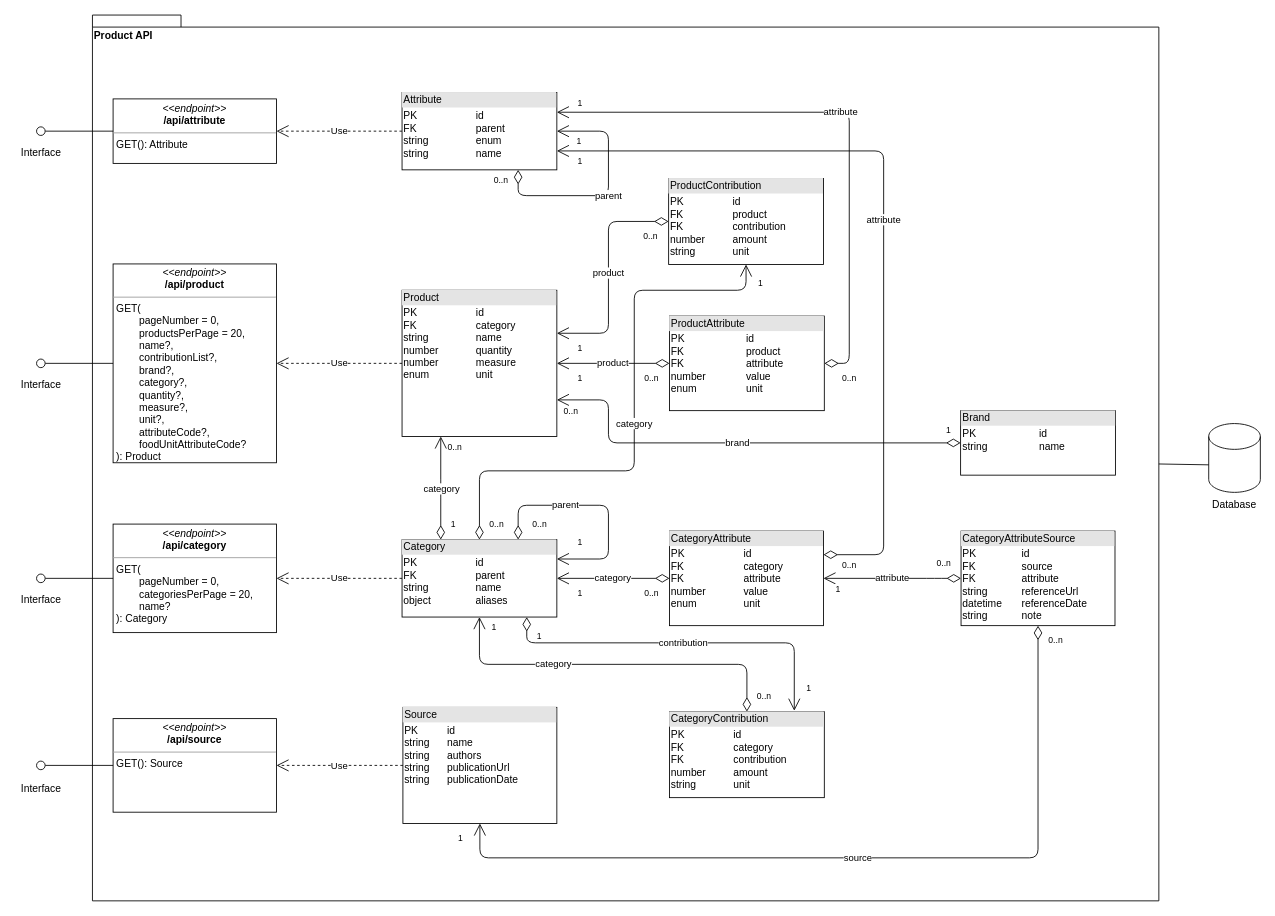
Above: doc/bk_product_api_data_model.drawio in torava/pim-api (draw.io), before the change. Source tidied: cells renumbered, new cells numbered last; positions are measured from the earlier drawing's top-left corner, leaving out a move shared by most shapes. Both pictures are drawn from the tidied source at 86%, with x=0, y=0 at pixel (15, 15).
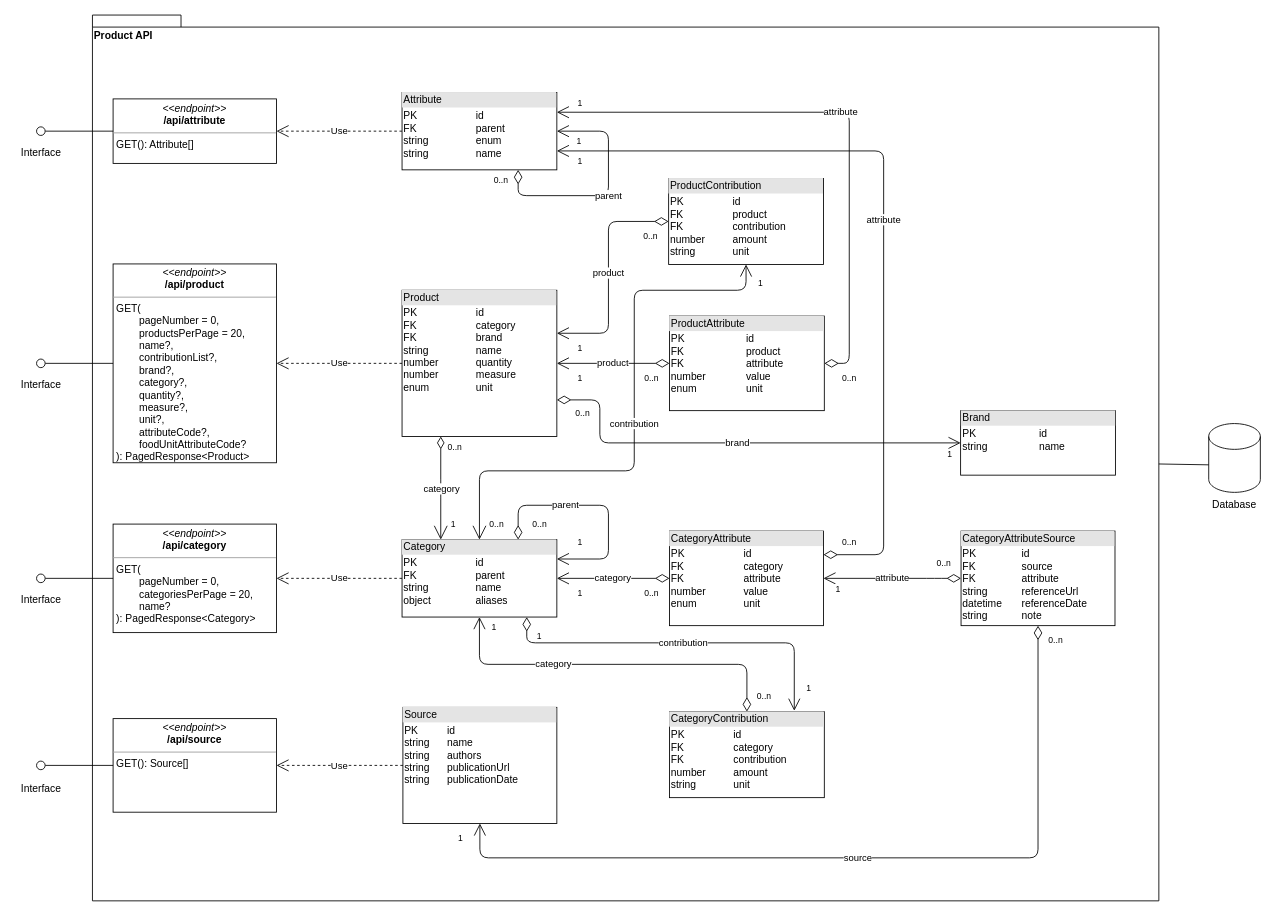
After the change.

Commit message (it also covers changes not shown here):
Fixed data model

Unchanged cells that the change refers to:
```xml
<mxCell id="15" value="&lt;div style=&quot;box-sizing: border-box ; width: 100% ; background: #e4e4e4 ; padding: 2px&quot;&gt;Category&lt;/div&gt;&lt;table style=&quot;width: 100% ; font-size: 1em&quot; cellpadding=&quot;2&quot; cellspacing=&quot;0&quot;&gt;&lt;tbody&gt;&lt;tr&gt;&lt;td&gt;PK&lt;br&gt;FK&lt;br&gt;string&lt;br&gt;object&lt;/td&gt;&lt;td&gt;id&lt;br&gt;parent&lt;br&gt;name&lt;br&gt;aliases&lt;/td&gt;&lt;/tr&gt;&lt;/tbody&gt;&lt;/table&gt;" style="verticalAlign=top;align=left;overflow=fill;html=1;" parent="1" vertex="1">
  <mxGeometry x="450" y="610" width="180" height="90" as="geometry" />
</mxCell>
<mxCell id="23" value="attribute" style="endArrow=open;html=1;endSize=12;startArrow=diamondThin;startSize=14;startFill=0;edgeStyle=orthogonalEdgeStyle;exitX=1;exitY=0.25;exitDx=0;exitDy=0;" parent="1" edge="1" source="19">
  <mxGeometry relative="1" as="geometry">
    <mxPoint x="630" y="158" as="targetPoint" />
    <Array as="points">
      <mxPoint x="1010" y="628" />
      <mxPoint x="1010" y="158" />
    </Array>
  </mxGeometry>
</mxCell>
<mxCell id="49" value="&lt;div style=&quot;box-sizing: border-box ; width: 100% ; background: #e4e4e4 ; padding: 2px&quot;&gt;ProductContribution&lt;/div&gt;&lt;table style=&quot;width: 100% ; font-size: 1em&quot; cellpadding=&quot;2&quot; cellspacing=&quot;0&quot;&gt;&lt;tbody&gt;&lt;tr&gt;&lt;td&gt;PK&lt;br&gt;FK&lt;br&gt;FK&lt;br&gt;number&lt;br&gt;string&lt;/td&gt;&lt;td&gt;id&lt;br&gt;product&lt;br&gt;contribution&lt;br&gt;amount&lt;br&gt;unit&lt;/td&gt;&lt;/tr&gt;&lt;/tbody&gt;&lt;/table&gt;" style="verticalAlign=top;align=left;overflow=fill;html=1;" parent="1" vertex="1">
  <mxGeometry x="760" y="190" width="180" height="100" as="geometry" />
</mxCell>
<mxCell id="74" value="&lt;div style=&quot;box-sizing: border-box ; width: 100% ; background: #e4e4e4 ; padding: 2px&quot;&gt;Brand&lt;/div&gt;&lt;table style=&quot;width: 100% ; font-size: 1em&quot; cellpadding=&quot;2&quot; cellspacing=&quot;0&quot;&gt;&lt;tbody&gt;&lt;tr&gt;&lt;td&gt;PK&lt;br&gt;string&lt;/td&gt;&lt;td&gt;id&lt;br&gt;name&lt;br&gt;&lt;/td&gt;&lt;/tr&gt;&lt;/tbody&gt;&lt;/table&gt;" style="verticalAlign=top;align=left;overflow=fill;html=1;" parent="1" vertex="1">
  <mxGeometry x="1099.5" y="460" width="180" height="75" as="geometry" />
</mxCell>
```

The edit, as a diff of the source:
```diff
@@
-    <mxCell id="3" value="&lt;div style=&quot;box-sizing: border-box ; width: 100% ; background: #e4e4e4 ; padding: 2px&quot;&gt;Product&lt;/div&gt;&lt;table style=&quot;width: 100% ; font-size: 1em&quot; cellpadding=&quot;2&quot; cellspacing=&quot;0&quot;&gt;&lt;tbody&gt;&lt;tr&gt;&lt;td&gt;PK&lt;br&gt;FK&lt;br&gt;string&lt;br&gt;number&lt;br&gt;number&lt;br&gt;enum&lt;/td&gt;&lt;td&gt;id&lt;br&gt;category&lt;br&gt;name&lt;br&gt;quantity&lt;br&gt;measure&lt;br&gt;unit&lt;br&gt;&lt;/td&gt;&lt;/tr&gt;&lt;/tbody&gt;&lt;/table&gt;" style="verticalAlign=top;align=left;overflow=fill;html=1;" parent="1" vertex="1">
+    <mxCell id="3" value="&lt;div style=&quot;box-sizing: border-box ; width: 100% ; background: #e4e4e4 ; padding: 2px&quot;&gt;Product&lt;/div&gt;&lt;table style=&quot;width: 100% ; font-size: 1em&quot; cellpadding=&quot;2&quot; cellspacing=&quot;0&quot;&gt;&lt;tbody&gt;&lt;tr&gt;&lt;td&gt;PK&lt;br&gt;FK&lt;br&gt;FK&lt;br&gt;string&lt;br&gt;number&lt;br&gt;number&lt;br&gt;enum&lt;/td&gt;&lt;td&gt;id&lt;br&gt;category&lt;br&gt;brand&lt;br&gt;name&lt;br&gt;quantity&lt;br&gt;measure&lt;br&gt;unit&lt;br&gt;&lt;/td&gt;&lt;/tr&gt;&lt;/tbody&gt;&lt;/table&gt;" style="verticalAlign=top;align=left;overflow=fill;html=1;" parent="1" vertex="1">
       <mxGeometry x="450" y="320" width="180" height="170" as="geometry" />
     </mxCell>
@@
-    <mxCell id="16" value="category" style="endArrow=open;html=1;endSize=12;startArrow=diamondThin;startSize=14;startFill=0;edgeStyle=orthogonalEdgeStyle;exitX=0.25;exitY=0;exitDx=0;exitDy=0;" parent="1" edge="1" source="15">
+    <mxCell id="16" value="category" style="endArrow=diamondThin;html=1;endSize=12;startArrow=open;startSize=14;startFill=0;edgeStyle=orthogonalEdgeStyle;exitX=0.25;exitY=0;exitDx=0;exitDy=0;endFill=0;" parent="1" edge="1" source="15">
       <mxGeometry relative="1" as="geometry">
         <mxPoint x="495" y="490" as="targetPoint" />
       </mxGeometry>
     </mxCell>
@@
     <mxCell id="24" value="0..n" style="html=1;align=left;verticalAlign=top;labelBackgroundColor=#ffffff;fontSize=10;" parent="23" vertex="1">
       <mxGeometry x="-1" relative="1" as="geometry">
-        <mxPoint x="20" as="offset" />
+        <mxPoint x="20" y="-27" as="offset" />
       </mxGeometry>
     </mxCell>
@@
-    <mxCell id="44" value="&lt;p style=&quot;margin: 0px ; margin-top: 4px ; text-align: center&quot;&gt;&lt;i&gt;&amp;lt;&amp;lt;endpoint&amp;gt;&amp;gt;&lt;/i&gt;&lt;br&gt;&lt;b&gt;/api/product&lt;/b&gt;&lt;/p&gt;&lt;hr size=&quot;1&quot;&gt;&lt;p style=&quot;margin: 0px ; margin-left: 4px&quot;&gt;GET(&lt;br&gt;&lt;/p&gt;&lt;p style=&quot;margin: 0px ; margin-left: 4px&quot;&gt;&lt;span style=&quot;white-space: pre&quot;&gt;&#9;&lt;/span&gt;pageNumber = 0,&lt;br&gt;&lt;/p&gt;&lt;p style=&quot;margin: 0px ; margin-left: 4px&quot;&gt;&lt;span style=&quot;white-space: pre&quot;&gt;&#9;&lt;/span&gt;productsPerPage = 20,&lt;br&gt;&lt;/p&gt;&lt;p style=&quot;margin: 0px ; margin-left: 4px&quot;&gt;&lt;span style=&quot;white-space: pre&quot;&gt;&#9;&lt;/span&gt;name?,&lt;br&gt;&lt;/p&gt;&lt;p style=&quot;margin: 0px ; margin-left: 4px&quot;&gt;&lt;span style=&quot;white-space: pre&quot;&gt;&#9;&lt;/span&gt;contributionList?,&lt;br&gt;&lt;/p&gt;&lt;p style=&quot;margin: 0px ; margin-left: 4px&quot;&gt;&lt;span style=&quot;white-space: pre&quot;&gt;&#9;&lt;/span&gt;brand?,&lt;br&gt;&lt;/p&gt;&lt;p style=&quot;margin: 0px ; margin-left: 4px&quot;&gt;&lt;span style=&quot;white-space: pre&quot;&gt;&#9;&lt;/span&gt;category?,&lt;br&gt;&lt;/p&gt;&lt;p style=&quot;margin: 0px ; margin-left: 4px&quot;&gt;&lt;span style=&quot;white-space: pre&quot;&gt;&#9;&lt;/span&gt;quantity?,&lt;br&gt;&lt;/p&gt;&lt;p style=&quot;margin: 0px ; margin-left: 4px&quot;&gt;&lt;span style=&quot;white-space: pre&quot;&gt;&#9;&lt;/span&gt;measure?,&lt;br&gt;&lt;/p&gt;&lt;p style=&quot;margin: 0px ; margin-left: 4px&quot;&gt;&lt;span style=&quot;white-space: pre&quot;&gt;&#9;&lt;/span&gt;unit?,&lt;/p&gt;&lt;p style=&quot;margin: 0px ; margin-left: 4px&quot;&gt;&lt;span style=&quot;white-space: pre&quot;&gt;&#9;&lt;/span&gt;attributeCode?,&lt;br&gt;&lt;/p&gt;&lt;p style=&quot;margin: 0px ; margin-left: 4px&quot;&gt;&lt;span style=&quot;white-space: pre&quot;&gt;&#9;&lt;/span&gt;foodUnitAttributeCode?&lt;br&gt;&lt;/p&gt;&lt;p style=&quot;margin: 0px ; margin-left: 4px&quot;&gt;): Product&lt;/p&gt;" style="verticalAlign=top;align=left;overflow=fill;fontSize=12;fontFamily=Helvetica;html=1;" parent="1" vertex="1">
+    <mxCell id="44" value="&lt;p style=&quot;margin: 0px ; margin-top: 4px ; text-align: center&quot;&gt;&lt;i&gt;&amp;lt;&amp;lt;endpoint&amp;gt;&amp;gt;&lt;/i&gt;&lt;br&gt;&lt;b&gt;/api/product&lt;/b&gt;&lt;/p&gt;&lt;hr size=&quot;1&quot;&gt;&lt;p style=&quot;margin: 0px ; margin-left: 4px&quot;&gt;GET(&lt;br&gt;&lt;/p&gt;&lt;p style=&quot;margin: 0px ; margin-left: 4px&quot;&gt;&lt;span style=&quot;white-space: pre&quot;&gt;&#9;&lt;/span&gt;pageNumber = 0,&lt;br&gt;&lt;/p&gt;&lt;p style=&quot;margin: 0px ; margin-left: 4px&quot;&gt;&lt;span style=&quot;white-space: pre&quot;&gt;&#9;&lt;/span&gt;productsPerPage = 20,&lt;br&gt;&lt;/p&gt;&lt;p style=&quot;margin: 0px ; margin-left: 4px&quot;&gt;&lt;span style=&quot;white-space: pre&quot;&gt;&#9;&lt;/span&gt;name?,&lt;br&gt;&lt;/p&gt;&lt;p style=&quot;margin: 0px ; margin-left: 4px&quot;&gt;&lt;span style=&quot;white-space: pre&quot;&gt;&#9;&lt;/span&gt;contributionList?,&lt;br&gt;&lt;/p&gt;&lt;p style=&quot;margin: 0px ; margin-left: 4px&quot;&gt;&lt;span style=&quot;white-space: pre&quot;&gt;&#9;&lt;/span&gt;brand?,&lt;br&gt;&lt;/p&gt;&lt;p style=&quot;margin: 0px ; margin-left: 4px&quot;&gt;&lt;span style=&quot;white-space: pre&quot;&gt;&#9;&lt;/span&gt;category?,&lt;br&gt;&lt;/p&gt;&lt;p style=&quot;margin: 0px ; margin-left: 4px&quot;&gt;&lt;span style=&quot;white-space: pre&quot;&gt;&#9;&lt;/span&gt;quantity?,&lt;br&gt;&lt;/p&gt;&lt;p style=&quot;margin: 0px ; margin-left: 4px&quot;&gt;&lt;span style=&quot;white-space: pre&quot;&gt;&#9;&lt;/span&gt;measure?,&lt;br&gt;&lt;/p&gt;&lt;p style=&quot;margin: 0px ; margin-left: 4px&quot;&gt;&lt;span style=&quot;white-space: pre&quot;&gt;&#9;&lt;/span&gt;unit?,&lt;/p&gt;&lt;p style=&quot;margin: 0px ; margin-left: 4px&quot;&gt;&lt;span style=&quot;white-space: pre&quot;&gt;&#9;&lt;/span&gt;attributeCode?,&lt;br&gt;&lt;/p&gt;&lt;p style=&quot;margin: 0px ; margin-left: 4px&quot;&gt;&lt;span style=&quot;white-space: pre&quot;&gt;&#9;&lt;/span&gt;foodUnitAttributeCode?&lt;br&gt;&lt;/p&gt;&lt;p style=&quot;margin: 0px ; margin-left: 4px&quot;&gt;): PagedResponse&amp;lt;Product&amp;gt;&lt;/p&gt;" style="verticalAlign=top;align=left;overflow=fill;fontSize=12;fontFamily=Helvetica;html=1;" parent="1" vertex="1">
       <mxGeometry x="114" y="289.4" width="190" height="231.2" as="geometry" />
     </mxCell>
@@
-    <mxCell id="53" value="category" style="endArrow=open;html=1;endSize=12;startArrow=diamondThin;startSize=14;startFill=0;edgeStyle=orthogonalEdgeStyle;exitX=0.5;exitY=0;exitDx=0;exitDy=0;entryX=0.5;entryY=1;entryDx=0;entryDy=0;" parent="1" edge="1" source="15" target="49">
+    <mxCell id="53" value="contribution" style="endArrow=open;html=1;endSize=12;startArrow=open;startSize=14;startFill=0;edgeStyle=orthogonalEdgeStyle;exitX=0.5;exitY=0;exitDx=0;exitDy=0;entryX=0.5;entryY=1;entryDx=0;entryDy=0;" parent="1" edge="1" source="15" target="49">
       <mxGeometry relative="1" as="geometry">
         <Array as="points">
           <mxPoint x="540" y="530" />
           <mxPoint x="720" y="530" />
           <mxPoint x="720" y="320" />
           <mxPoint x="850" y="320" />
         </Array>
       </mxGeometry>
     </mxCell>
@@
-    <mxCell id="56" value="&lt;p style=&quot;margin: 0px ; margin-top: 4px ; text-align: center&quot;&gt;&lt;i&gt;&amp;lt;&amp;lt;endpoint&amp;gt;&amp;gt;&lt;/i&gt;&lt;br&gt;&lt;b&gt;/api/attribute&lt;/b&gt;&lt;/p&gt;&lt;hr size=&quot;1&quot;&gt;&lt;p style=&quot;margin: 0px ; margin-left: 4px&quot;&gt;GET(&lt;span&gt;): Attribute&lt;/span&gt;&lt;/p&gt;" style="verticalAlign=top;align=left;overflow=fill;fontSize=12;fontFamily=Helvetica;html=1;" parent="1" vertex="1">
+    <mxCell id="56" value="&lt;p style=&quot;margin: 0px ; margin-top: 4px ; text-align: center&quot;&gt;&lt;i&gt;&amp;lt;&amp;lt;endpoint&amp;gt;&amp;gt;&lt;/i&gt;&lt;br&gt;&lt;b&gt;/api/attribute&lt;/b&gt;&lt;/p&gt;&lt;hr size=&quot;1&quot;&gt;&lt;p style=&quot;margin: 0px ; margin-left: 4px&quot;&gt;GET(&lt;span&gt;): Attribute[]&lt;/span&gt;&lt;/p&gt;" style="verticalAlign=top;align=left;overflow=fill;fontSize=12;fontFamily=Helvetica;html=1;" parent="1" vertex="1">
       <mxGeometry x="114" y="97.5" width="190" height="75" as="geometry" />
     </mxCell>
@@
-    <mxCell id="58" value="&lt;p style=&quot;margin: 0px ; margin-top: 4px ; text-align: center&quot;&gt;&lt;i&gt;&amp;lt;&amp;lt;endpoint&amp;gt;&amp;gt;&lt;/i&gt;&lt;br&gt;&lt;b&gt;/api/category&lt;/b&gt;&lt;/p&gt;&lt;hr size=&quot;1&quot;&gt;&lt;p style=&quot;margin: 0px ; margin-left: 4px&quot;&gt;G&lt;span&gt;ET(&lt;/span&gt;&lt;/p&gt;&lt;p style=&quot;margin: 0px 0px 0px 4px&quot;&gt;&lt;span&gt;&#9;&lt;/span&gt;&lt;span style=&quot;white-space: pre&quot;&gt;&#9;&lt;/span&gt;pageNumber = 0,&lt;br&gt;&lt;/p&gt;&lt;p style=&quot;margin: 0px 0px 0px 4px&quot;&gt;&lt;span style=&quot;white-space: pre&quot;&gt;&#9;&lt;/span&gt;categoriesPerPage = 20,&lt;br&gt;&lt;/p&gt;&lt;p style=&quot;margin: 0px 0px 0px 4px&quot;&gt;&lt;span&gt;&#9;&lt;/span&gt;&lt;span style=&quot;white-space: pre&quot;&gt;&#9;&lt;/span&gt;name?&lt;/p&gt;&lt;p style=&quot;margin: 0px 0px 0px 4px&quot;&gt;): Category&lt;/p&gt;" style="verticalAlign=top;align=left;overflow=fill;fontSize=12;fontFamily=Helvetica;html=1;" parent="1" vertex="1">
+    <mxCell id="58" value="&lt;p style=&quot;margin: 0px ; margin-top: 4px ; text-align: center&quot;&gt;&lt;i&gt;&amp;lt;&amp;lt;endpoint&amp;gt;&amp;gt;&lt;/i&gt;&lt;br&gt;&lt;b&gt;/api/category&lt;/b&gt;&lt;/p&gt;&lt;hr size=&quot;1&quot;&gt;&lt;p style=&quot;margin: 0px ; margin-left: 4px&quot;&gt;G&lt;span&gt;ET(&lt;/span&gt;&lt;/p&gt;&lt;p style=&quot;margin: 0px 0px 0px 4px&quot;&gt;&lt;span&gt;&#9;&lt;/span&gt;&lt;span style=&quot;white-space: pre&quot;&gt;&#9;&lt;/span&gt;pageNumber = 0,&lt;br&gt;&lt;/p&gt;&lt;p style=&quot;margin: 0px 0px 0px 4px&quot;&gt;&lt;span style=&quot;white-space: pre&quot;&gt;&#9;&lt;/span&gt;categoriesPerPage = 20,&lt;br&gt;&lt;/p&gt;&lt;p style=&quot;margin: 0px 0px 0px 4px&quot;&gt;&lt;span&gt;&#9;&lt;/span&gt;&lt;span style=&quot;white-space: pre&quot;&gt;&#9;&lt;/span&gt;name?&lt;/p&gt;&lt;p style=&quot;margin: 0px 0px 0px 4px&quot;&gt;): PagedResponse&amp;lt;Category&amp;gt;&lt;/p&gt;" style="verticalAlign=top;align=left;overflow=fill;fontSize=12;fontFamily=Helvetica;html=1;" parent="1" vertex="1">
       <mxGeometry x="114" y="591.9" width="190" height="126.2" as="geometry" />
     </mxCell>
@@
-    <mxCell id="60" value="&lt;p style=&quot;margin: 0px ; margin-top: 4px ; text-align: center&quot;&gt;&lt;i&gt;&amp;lt;&amp;lt;endpoint&amp;gt;&amp;gt;&lt;/i&gt;&lt;br&gt;&lt;b&gt;/api/source&lt;/b&gt;&lt;/p&gt;&lt;hr size=&quot;1&quot;&gt;&lt;p style=&quot;margin: 0px ; margin-left: 4px&quot;&gt;G&lt;span&gt;ET(&lt;/span&gt;&lt;span&gt;): Source&lt;/span&gt;&lt;/p&gt;" style="verticalAlign=top;align=left;overflow=fill;fontSize=12;fontFamily=Helvetica;html=1;" parent="1" vertex="1">
+    <mxCell id="60" value="&lt;p style=&quot;margin: 0px ; margin-top: 4px ; text-align: center&quot;&gt;&lt;i&gt;&amp;lt;&amp;lt;endpoint&amp;gt;&amp;gt;&lt;/i&gt;&lt;br&gt;&lt;b&gt;/api/source&lt;/b&gt;&lt;/p&gt;&lt;hr size=&quot;1&quot;&gt;&lt;p style=&quot;margin: 0px ; margin-left: 4px&quot;&gt;G&lt;span&gt;ET(&lt;/span&gt;&lt;span&gt;): Source[]&lt;/span&gt;&lt;/p&gt;" style="verticalAlign=top;align=left;overflow=fill;fontSize=12;fontFamily=Helvetica;html=1;" parent="1" vertex="1">
       <mxGeometry x="114" y="818.1" width="190" height="108.8" as="geometry" />
     </mxCell>
@@
-    <mxCell id="75" value="brand" style="endArrow=open;html=1;endSize=12;startArrow=diamondThin;startSize=14;startFill=0;edgeStyle=orthogonalEdgeStyle;exitX=0;exitY=0.5;exitDx=0;exitDy=0;entryX=1;entryY=0.75;entryDx=0;entryDy=0;" parent="1" edge="1" source="74" target="3">
+    <mxCell id="75" value="brand" style="endArrow=open;html=1;endSize=12;startArrow=diamondThin;startSize=14;startFill=0;edgeStyle=orthogonalEdgeStyle;exitX=1;exitY=0.75;exitDx=0;exitDy=0;entryX=0;entryY=0.5;entryDx=0;entryDy=0;" parent="1" edge="1" source="3" target="74">
       <mxGeometry relative="1" as="geometry">
         <Array as="points">
-          <mxPoint x="690" y="497" />
-          <mxPoint x="690" y="447" />
+          <mxPoint x="680" y="448" />
+          <mxPoint x="680" y="498" />
         </Array>
       </mxGeometry>
     </mxCell>
-    <mxCell id="76" value="1" style="html=1;align=left;verticalAlign=top;labelBackgroundColor=#ffffff;fontSize=10;" parent="75" vertex="1">
+    <mxCell id="76" value="0..n" style="html=1;align=left;verticalAlign=top;labelBackgroundColor=#ffffff;fontSize=10;" parent="75" vertex="1">
       <mxGeometry x="-1" relative="1" as="geometry">
-        <mxPoint x="-19" y="-27" as="offset" />
+        <mxPoint x="20" y="3" as="offset" />
       </mxGeometry>
     </mxCell>
-    <mxCell id="77" value="0..n" style="html=1;align=right;verticalAlign=top;labelBackgroundColor=#ffffff;fontSize=10;" parent="75" vertex="1">
+    <mxCell id="77" value="1" style="html=1;align=right;verticalAlign=top;labelBackgroundColor=#ffffff;fontSize=10;" parent="75" vertex="1">
       <mxGeometry x="1" relative="1" as="geometry">
-        <mxPoint x="25" as="offset" />
+        <mxPoint x="-10" as="offset" />
       </mxGeometry>
     </mxCell>
```
